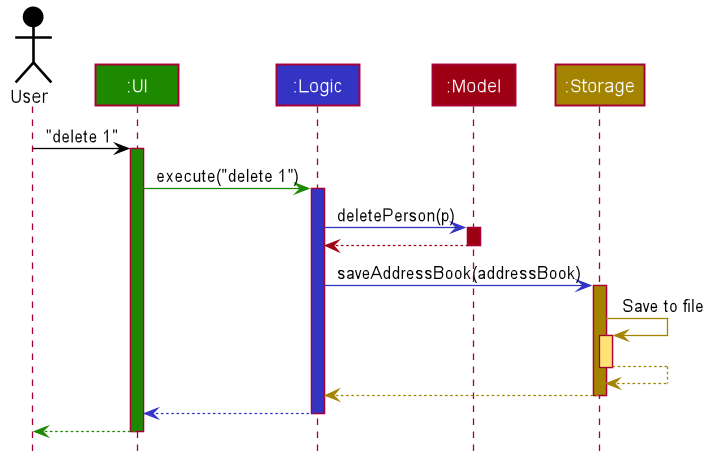
Earlier version of the PlantUML export docs/images/ArchitectureSequenceDiagram.png (nus-cs2103-AY2223S1/tp). Source of this version:
```plantuml
@startuml








skinparam BackgroundColor #FFFFFFF

skinparam Shadowing false

skinparam Class {
    FontColor #FFFFFF
    BorderThickness 1
    BorderColor #FFFFFF
    StereotypeFontColor #FFFFFF
    FontName Arial
}

skinparam Actor {
    BorderColor #000000
    Color #000000
    FontName Arial
}

skinparam Sequence {
    MessageAlign center
    BoxFontSize 15
    BoxPadding 0
    BoxFontColor #FFFFFF
    FontName Arial
}

skinparam Participant {
    FontColor #FFFFFFF
    Padding 20
}

skinparam MinClassWidth 50
skinparam ParticipantPadding 10
skinparam Shadowing false
skinparam DefaultTextAlignment center
skinparam packageStyle Rectangle

hide footbox
hide members
hide circle

Actor User as user #000000
Participant ":UI" as ui #1D8900
Participant ":Logic" as logic #3333C4
Participant ":Model" as model #9D0012
Participant ":Storage" as storage #A38300

user -[#000000]> ui : "delete 1"
activate ui #1D8900

ui -[#1D8900]> logic : execute("delete 1")
activate logic #3333C4

logic -[#3333C4]> model : deletePerson(p)
activate model #9D0012

model -[#9D0012]-> logic
deactivate model

logic -[#3333C4]> storage : saveAddressBook(addressBook)
activate storage #A38300

storage -[#A38300]> storage : Save to file
activate storage #FFE374
storage --[#A38300]> storage
deactivate storage

storage --[#A38300]> logic
deactivate storage

logic --[#3333C4]> ui
deactivate logic

ui--[#1D8900]> user
deactivate ui
@enduml
```
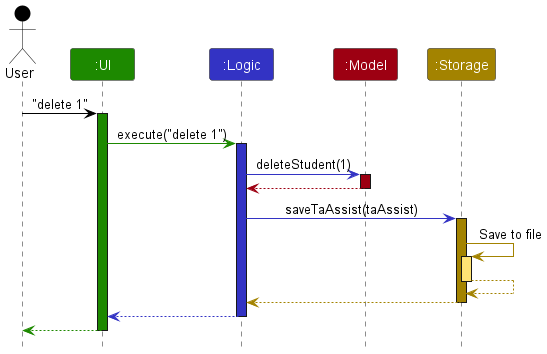
Above is the later version.

Commit message:
Update Architecture Sequence Diagram

The edit, as a diff of the source:
```diff
@@ -1,85 +1,38 @@
 @startuml
+!include style.puml
 
+Actor User as user USER_COLOR
+Participant ":UI" as ui UI_COLOR
+Participant ":Logic" as logic LOGIC_COLOR
+Participant ":Model" as model MODEL_COLOR
+Participant ":Storage" as storage STORAGE_COLOR
 
+user -[USER_COLOR]> ui : "delete 1"
+activate ui UI_COLOR
 
+ui -[UI_COLOR]> logic : execute("delete 1")
+activate logic LOGIC_COLOR
 
+logic -[LOGIC_COLOR]> model : deleteStudent(1)
+activate model MODEL_COLOR
 
-
-
-
-skinparam BackgroundColor #FFFFFFF
-
-skinparam Shadowing false
-
-skinparam Class {
-    FontColor #FFFFFF
-    BorderThickness 1
-    BorderColor #FFFFFF
-    StereotypeFontColor #FFFFFF
-    FontName Arial
-}
-
-skinparam Actor {
-    BorderColor #000000
-    Color #000000
-    FontName Arial
-}
-
-skinparam Sequence {
-    MessageAlign center
-    BoxFontSize 15
-    BoxPadding 0
-    BoxFontColor #FFFFFF
-    FontName Arial
-}
-
-skinparam Participant {
-    FontColor #FFFFFFF
-    Padding 20
-}
-
-skinparam MinClassWidth 50
-skinparam ParticipantPadding 10
-skinparam Shadowing false
-skinparam DefaultTextAlignment center
-skinparam packageStyle Rectangle
-
-hide footbox
-hide members
-hide circle
-
-Actor User as user #000000
-Participant ":UI" as ui #1D8900
-Participant ":Logic" as logic #3333C4
-Participant ":Model" as model #9D0012
-Participant ":Storage" as storage #A38300
-
-user -[#000000]> ui : "delete 1"
-activate ui #1D8900
-
-ui -[#1D8900]> logic : execute("delete 1")
-activate logic #3333C4
-
-logic -[#3333C4]> model : deletePerson(p)
-activate model #9D0012
-
-model -[#9D0012]-> logic
+model -[MODEL_COLOR]-> logic
 deactivate model
 
-logic -[#3333C4]> storage : saveAddressBook(addressBook)
-activate storage #A38300
+logic -[LOGIC_COLOR]> storage : saveTaAssist(taAssist)
+activate storage STORAGE_COLOR
 
-storage -[#A38300]> storage : Save to file
-activate storage #FFE374
-storage --[#A38300]> storage
+storage -[STORAGE_COLOR]> storage : Save to file
+activate storage STORAGE_COLOR_T1
+storage --[STORAGE_COLOR]> storage
 deactivate storage
 
-storage --[#A38300]> logic
+storage --[STORAGE_COLOR]> logic
 deactivate storage
 
-logic --[#3333C4]> ui
+logic --[LOGIC_COLOR]> ui
 deactivate logic
 
-ui--[#1D8900]> user
+ui--[UI_COLOR]> user
 deactivate ui
 @enduml
```
